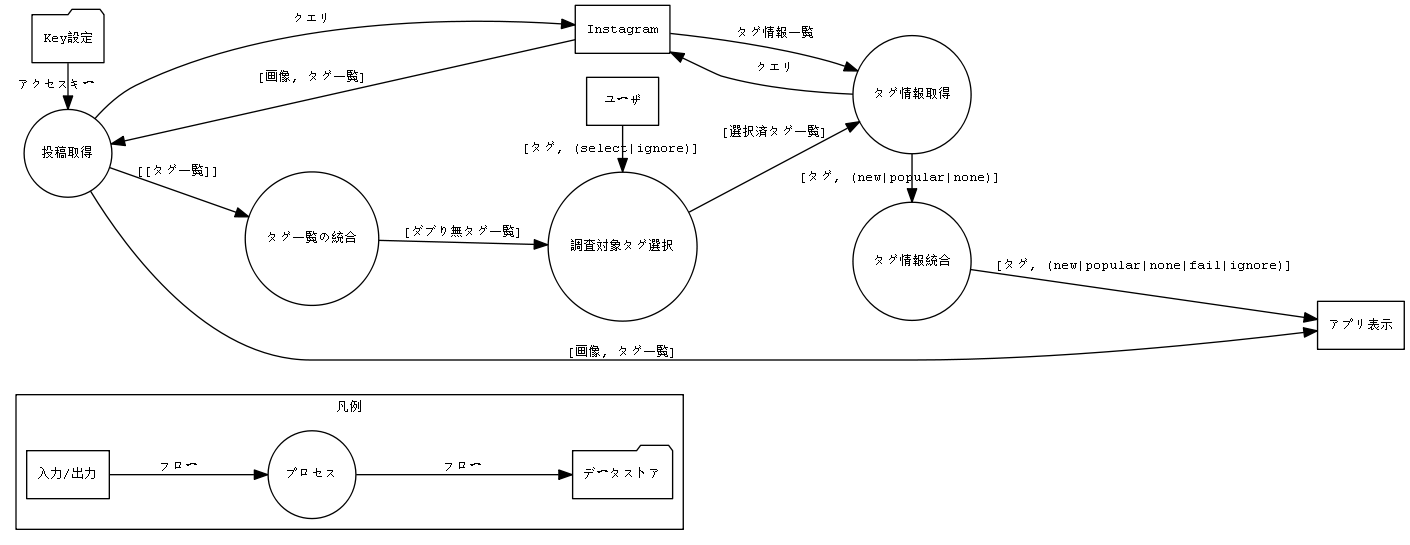
Earlier version of the PlantUML export uml/dfd.png (mizmizo/ig_hashtag_analyzer). Its source is kept beside it as uml/dfd.pu.
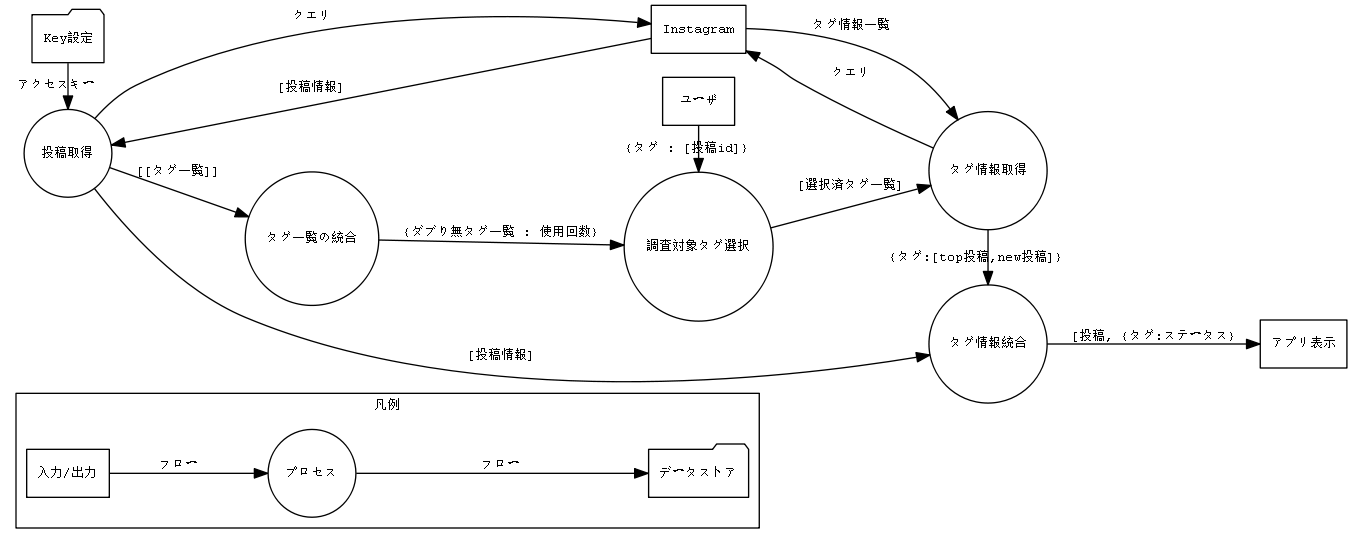
The same diagram one commit later.

Commit message:
write readme, change license in package.json, update UML for current code

Diff of the diagram source:
```diff
@@ -28,16 +28,16 @@
         // edge
         key       -> post_get  [label = "アクセスキー"];
         post_get  -> instagram [label = "クエリ"];
-        instagram -> post_get  [label = "[画像, タグ一覧]"];
+        instagram -> post_get  [label = "[投稿情報]"];
         post_get  -> sort      [label = "[[タグ一覧]]"];
-        sort      -> select    [label = "[ダブり無タグ一覧]"];
+        sort      -> select    [label = "{ダブり無タグ一覧 : 使用回数}"];
         select    -> info_get  [label = "[選択済タグ一覧]"];
-        user      -> select    [label = "[タグ, (select|ignore)]"];
+        user      -> select    [label = "{タグ : [投稿id]}"];
         info_get  -> instagram [label = "クエリ"];
         instagram -> info_get  [label = "タグ情報一覧"];
-        info_get  -> info_intg [label = "[タグ, (new|popular|none)]"];
-        info_intg -> view      [label = "[タグ, (new|popular|none|fail|ignore)]"];
-        post_get  -> view      [label = "[画像, タグ一覧]"];
+        info_get  -> info_intg [label = "{タグ:[top投稿,new投稿]}"];
+        post_get  -> info_intg [label = "[投稿情報]"];
+        info_intg -> view      [label = "[投稿, {タグ:ステータス}"];
 
         // rank
         {rank = min;  key; post_get; };
```
